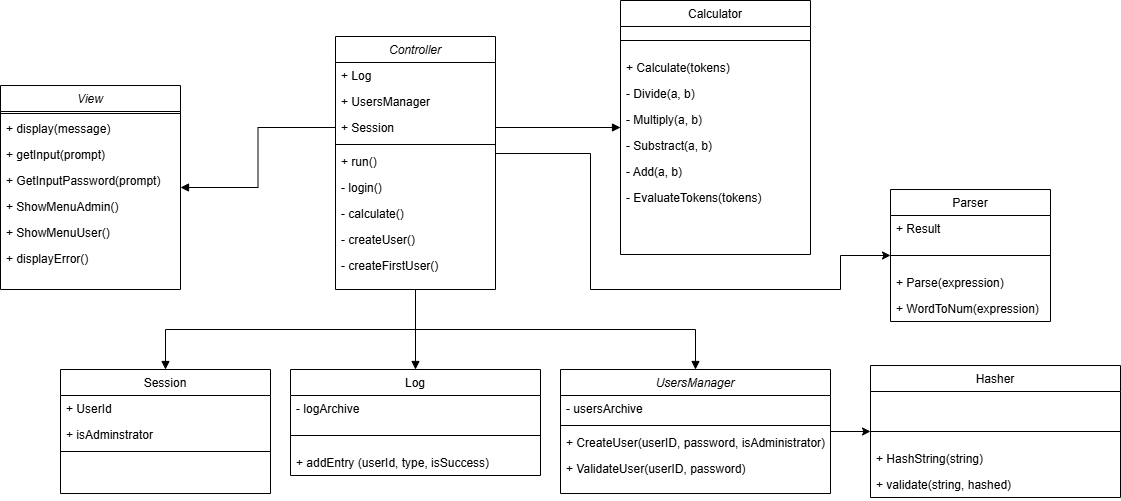
Above: doc/calculadoraTextSecClases.png in TonnyOrtiz/CalculadoraTextoSeguridad (draw.io), before the change. Source tidied: cells renumbered, new cells last; positions are measured from the earlier drawing's top-left corner, leaving out a move shared by most shapes.
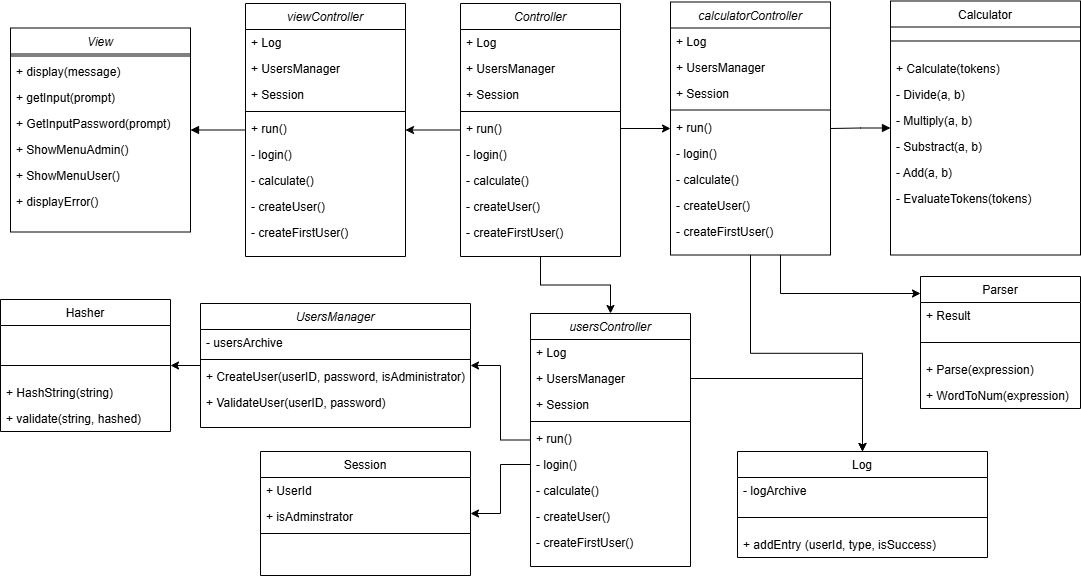
After the commit.

Change to the diagram source:
```diff
@@ -2,22 +2,18 @@
   <root>
     <mxCell id="0" />
     <mxCell id="1" parent="0" />
-    <mxCell id="2" style="edgeStyle=orthogonalEdgeStyle;rounded=0;jettySize=auto;html=1;entryX=0;entryY=0.5;entryDx=0;entryDy=0;" parent="1" edge="1" target="22">
+    <mxCell id="2" style="edgeStyle=orthogonalEdgeStyle;rounded=0;jettySize=auto;html=1;" parent="1" edge="1" source="60" target="22">
       <mxGeometry relative="1" as="geometry">
-        <mxPoint x="495" y="153" as="sourcePoint" />
         <Array as="points">
-          <mxPoint x="590" y="153" />
-          <mxPoint x="590" y="289" />
-          <mxPoint x="840" y="289" />
-          <mxPoint x="840" y="255" />
+          <mxPoint x="650" y="289" />
         </Array>
       </mxGeometry>
     </mxCell>
-    <mxCell id="3" style="edgeStyle=orthogonalEdgeStyle;rounded=0;jettySize=auto;html=1;entryX=1;entryY=0.5;entryDx=0;entryDy=0;startArrow=block;startFill=1;endArrow=none;" parent="1" edge="1" source="4" target="30">
+    <mxCell id="3" style="edgeStyle=orthogonalEdgeStyle;rounded=0;jettySize=auto;html=1;startArrow=block;startFill=1;endArrow=none;" parent="1" edge="1" source="4" target="60">
       <mxGeometry relative="1" as="geometry" />
     </mxCell>
     <mxCell id="4" value="Calculator" style="swimlane;fontStyle=0;align=center;verticalAlign=top;horizontal=1;startSize=26;rounded=0;shadow=0;strokeWidth=1;" parent="1" vertex="1">
-      <mxGeometry x="620" width="190" height="254" as="geometry" />
+      <mxGeometry x="760" y="-3.5" width="190" height="254" as="geometry" />
     </mxCell>
     <mxCell id="5" style="line;html=1;strokeWidth=1;align=left;verticalAlign=middle;spacingTop=-1;spacingLeft=3;spacingRight=3;labelPosition=right;" parent="4" vertex="1">
       <mxGeometry y="26" width="190" height="28" as="geometry" />
@@ -40,16 +36,8 @@
     <mxCell id="11" value="- EvaluateTokens(tokens)&#10;" style="text;align=left;verticalAlign=top;spacingLeft=4;spacingRight=4;overflow=hidden;" parent="4" vertex="1">
       <mxGeometry y="184" width="190" height="26" as="geometry" />
     </mxCell>
-    <mxCell id="12" style="edgeStyle=orthogonalEdgeStyle;rounded=0;jettySize=auto;html=1;entryX=0.5;entryY=1;entryDx=0;entryDy=0;startArrow=block;startFill=1;endArrow=none;" parent="1" edge="1" source="13" target="27">
-      <mxGeometry relative="1" as="geometry">
-        <Array as="points">
-          <mxPoint x="165" y="329" />
-          <mxPoint x="415" y="329" />
-        </Array>
-      </mxGeometry>
-    </mxCell>
     <mxCell id="13" value="Session" style="swimlane;fontStyle=0;align=center;verticalAlign=top;horizontal=1;startSize=26;rounded=0;shadow=0;strokeWidth=1;" parent="1" vertex="1">
-      <mxGeometry x="60" y="369" width="210" height="124" as="geometry" />
+      <mxGeometry x="130" y="447" width="210" height="124" as="geometry" />
     </mxCell>
     <mxCell id="14" value="+ UserId" style="text;align=left;verticalAlign=top;spacingLeft=4;spacingRight=4;overflow=hidden;rounded=0;shadow=0;html=0;" parent="13" vertex="1">
       <mxGeometry y="26" width="210" height="26" as="geometry" />
@@ -60,11 +48,8 @@
     <mxCell id="16" style="line;html=1;strokeWidth=1;align=left;verticalAlign=middle;spacingTop=-1;spacingLeft=3;spacingRight=3;labelPosition=right;" parent="13" vertex="1">
       <mxGeometry y="78" width="210" height="8" as="geometry" />
     </mxCell>
-    <mxCell id="17" style="edgeStyle=orthogonalEdgeStyle;rounded=0;jettySize=auto;html=1;entryX=0.5;entryY=1;entryDx=0;entryDy=0;startArrow=block;startFill=1;endArrow=none;" parent="1" edge="1" source="18" target="27">
-      <mxGeometry relative="1" as="geometry" />
-    </mxCell>
     <mxCell id="18" value="Log" style="swimlane;fontStyle=0;align=center;verticalAlign=top;horizontal=1;startSize=26;rounded=0;shadow=0;strokeWidth=1;" parent="1" vertex="1">
-      <mxGeometry x="290" y="369" width="250" height="106" as="geometry" />
+      <mxGeometry x="607" y="447" width="250" height="106" as="geometry" />
     </mxCell>
     <mxCell id="19" value="- logArchive" style="text;align=left;verticalAlign=top;spacingLeft=4;spacingRight=4;overflow=hidden;" parent="18" vertex="1">
       <mxGeometry y="26" width="250" height="26" as="geometry" />
@@ -76,7 +61,7 @@
       <mxGeometry y="80" width="250" height="26" as="geometry" />
     </mxCell>
     <mxCell id="22" value="Parser" style="swimlane;fontStyle=0;align=center;verticalAlign=top;horizontal=1;startSize=26;rounded=0;shadow=0;strokeWidth=1;" parent="1" vertex="1">
-      <mxGeometry x="890" y="189" width="160" height="132" as="geometry" />
+      <mxGeometry x="790" y="272" width="160" height="132" as="geometry" />
     </mxCell>
     <mxCell id="23" value="+ Result" style="text;align=left;verticalAlign=top;spacingLeft=4;spacingRight=4;overflow=hidden;" parent="22" vertex="1">
       <mxGeometry y="26" width="160" height="26" as="geometry" />
@@ -90,8 +75,14 @@
     <mxCell id="26" value="+ WordToNum(expression)&#10;&#10;" style="text;align=left;verticalAlign=top;spacingLeft=4;spacingRight=4;overflow=hidden;" parent="22" vertex="1">
       <mxGeometry y="106" width="160" height="26" as="geometry" />
     </mxCell>
+    <mxCell id="58" style="edgeStyle=orthogonalEdgeStyle;rounded=0;jettySize=auto;html=1;" parent="1" edge="1" source="27" target="71">
+      <mxGeometry relative="1" as="geometry" />
+    </mxCell>
+    <mxCell id="59" style="edgeStyle=orthogonalEdgeStyle;rounded=0;jettySize=auto;html=1;" parent="1" edge="1" source="27" target="82">
+      <mxGeometry relative="1" as="geometry" />
+    </mxCell>
     <mxCell id="27" value="Controller" style="swimlane;fontStyle=2;align=center;verticalAlign=top;horizontal=1;startSize=26;rounded=0;shadow=0;strokeWidth=1;" parent="1" vertex="1">
-      <mxGeometry x="335" y="36" width="160" height="253" as="geometry" />
+      <mxGeometry x="330" y="-1" width="160" height="253" as="geometry" />
     </mxCell>
     <mxCell id="28" value="+ Log " style="text;align=left;verticalAlign=top;spacingLeft=4;spacingRight=4;overflow=hidden;" parent="27" vertex="1">
       <mxGeometry y="26" width="160" height="26" as="geometry" />
@@ -120,19 +111,11 @@
     <mxCell id="36" value="- createFirstUser()" style="text;align=left;verticalAlign=top;spacingLeft=4;spacingRight=4;overflow=hidden;rounded=0;shadow=0;html=0;" parent="27" vertex="1">
       <mxGeometry y="216" width="160" height="26" as="geometry" />
     </mxCell>
-    <mxCell id="37" style="edgeStyle=orthogonalEdgeStyle;rounded=0;jettySize=auto;html=1;entryX=0.5;entryY=1;entryDx=0;entryDy=0;startArrow=block;startFill=1;endArrow=none;" parent="1" edge="1" source="39" target="27">
-      <mxGeometry relative="1" as="geometry">
-        <Array as="points">
-          <mxPoint x="695" y="329" />
-          <mxPoint x="415" y="329" />
-        </Array>
-      </mxGeometry>
-    </mxCell>
     <mxCell id="38" style="edgeStyle=orthogonalEdgeStyle;rounded=0;jettySize=auto;html=1;" parent="1" edge="1" source="39" target="53">
       <mxGeometry relative="1" as="geometry" />
     </mxCell>
     <mxCell id="39" value="UsersManager" style="swimlane;fontStyle=2;align=center;verticalAlign=top;horizontal=1;startSize=26;rounded=0;shadow=0;strokeWidth=1;" parent="1" vertex="1">
-      <mxGeometry x="560" y="369" width="270" height="124" as="geometry" />
+      <mxGeometry x="70" y="299" width="270" height="124" as="geometry" />
     </mxCell>
     <mxCell id="40" value="- usersArchive" style="text;align=left;verticalAlign=top;spacingLeft=4;spacingRight=4;overflow=hidden;" parent="39" vertex="1">
       <mxGeometry y="26" width="270" height="26" as="geometry" />
@@ -146,11 +129,11 @@
     <mxCell id="43" value="+ ValidateUser(userID, password)" style="text;align=left;verticalAlign=top;spacingLeft=4;spacingRight=4;overflow=hidden;" parent="39" vertex="1">
       <mxGeometry y="86" width="270" height="26" as="geometry" />
     </mxCell>
-    <mxCell id="44" style="edgeStyle=orthogonalEdgeStyle;rounded=0;jettySize=auto;html=1;entryX=0;entryY=0.5;entryDx=0;entryDy=0;endArrow=none;startFill=1;startArrow=block;" parent="1" edge="1" source="45" target="30">
+    <mxCell id="44" style="edgeStyle=orthogonalEdgeStyle;rounded=0;jettySize=auto;html=1;endArrow=none;startFill=1;startArrow=block;" parent="1" edge="1" source="45" target="71">
       <mxGeometry relative="1" as="geometry" />
     </mxCell>
     <mxCell id="45" value="View" style="swimlane;fontStyle=2;align=center;verticalAlign=top;horizontal=1;startSize=26;rounded=0;shadow=0;strokeWidth=1;" parent="1" vertex="1">
-      <mxGeometry y="85" width="180" height="204" as="geometry" />
+      <mxGeometry x="-120" y="23.5" width="180" height="204" as="geometry" />
     </mxCell>
     <mxCell id="46" style="line;html=1;strokeWidth=1;align=left;verticalAlign=middle;spacingTop=-1;spacingLeft=3;spacingRight=3;labelPosition=right;" parent="45" vertex="1">
       <mxGeometry y="26" width="180" height="4" as="geometry" />
@@ -174,19 +157,124 @@
       <mxGeometry y="160" width="180" height="26" as="geometry" />
     </mxCell>
     <mxCell id="53" value="Hasher" style="swimlane;fontStyle=0;align=center;verticalAlign=top;horizontal=1;startSize=26;rounded=0;shadow=0;strokeWidth=1;" parent="1" vertex="1">
-      <mxGeometry x="870" y="365" width="250" height="132" as="geometry" />
+      <mxGeometry x="-130" y="295" width="170" height="132" as="geometry" />
     </mxCell>
     <mxCell id="54" value="&#10;" style="text;align=left;verticalAlign=top;spacingLeft=4;spacingRight=4;overflow=hidden;" parent="53" vertex="1">
-      <mxGeometry y="26" width="250" height="26" as="geometry" />
+      <mxGeometry y="26" width="170" height="26" as="geometry" />
     </mxCell>
     <mxCell id="55" style="line;html=1;strokeWidth=1;align=left;verticalAlign=middle;spacingTop=-1;spacingLeft=3;spacingRight=3;labelPosition=right;" parent="53" vertex="1">
-      <mxGeometry y="52" width="250" height="28" as="geometry" />
+      <mxGeometry y="52" width="170" height="28" as="geometry" />
     </mxCell>
     <mxCell id="56" value="+ HashString(string)&#10;&#10;" style="text;align=left;verticalAlign=top;spacingLeft=4;spacingRight=4;overflow=hidden;" parent="53" vertex="1">
-      <mxGeometry y="80" width="250" height="26" as="geometry" />
+      <mxGeometry y="80" width="170" height="26" as="geometry" />
     </mxCell>
     <mxCell id="57" value="+ validate(string, hashed)" style="text;align=left;verticalAlign=top;spacingLeft=4;spacingRight=4;overflow=hidden;" parent="53" vertex="1">
-      <mxGeometry y="106" width="250" height="26" as="geometry" />
+      <mxGeometry y="106" width="170" height="26" as="geometry" />
     </mxCell>
+    <mxCell id="60" value="calculatorController" style="swimlane;fontStyle=2;align=center;verticalAlign=top;horizontal=1;startSize=26;rounded=0;shadow=0;strokeWidth=1;" parent="1" vertex="1">
+      <mxGeometry x="540" y="-2.5" width="160" height="253" as="geometry" />
+    </mxCell>
+    <mxCell id="61" value="+ Log " style="text;align=left;verticalAlign=top;spacingLeft=4;spacingRight=4;overflow=hidden;" parent="60" vertex="1">
+      <mxGeometry y="26" width="160" height="26" as="geometry" />
+    </mxCell>
+    <mxCell id="62" value="+ UsersManager" style="text;align=left;verticalAlign=top;spacingLeft=4;spacingRight=4;overflow=hidden;rounded=0;shadow=0;html=0;" parent="60" vertex="1">
+      <mxGeometry y="52" width="160" height="26" as="geometry" />
+    </mxCell>
+    <mxCell id="63" value="+ Session" style="text;align=left;verticalAlign=top;spacingLeft=4;spacingRight=4;overflow=hidden;rounded=0;shadow=0;html=0;" parent="60" vertex="1">
+      <mxGeometry y="78" width="160" height="26" as="geometry" />
+    </mxCell>
+    <mxCell id="64" style="line;html=1;strokeWidth=1;align=left;verticalAlign=middle;spacingTop=-1;spacingLeft=3;spacingRight=3;labelPosition=right;" parent="60" vertex="1">
+      <mxGeometry y="104" width="160" height="8" as="geometry" />
+    </mxCell>
+    <mxCell id="65" value="+ run()" style="text;align=left;verticalAlign=top;spacingLeft=4;spacingRight=4;overflow=hidden;rounded=0;shadow=0;html=0;" parent="60" vertex="1">
+      <mxGeometry y="112" width="160" height="26" as="geometry" />
+    </mxCell>
+    <mxCell id="66" value="- login()" style="text;align=left;verticalAlign=top;spacingLeft=4;spacingRight=4;overflow=hidden;rounded=0;shadow=0;html=0;" parent="60" vertex="1">
+      <mxGeometry y="138" width="160" height="26" as="geometry" />
+    </mxCell>
+    <mxCell id="67" value="- calculate()" style="text;align=left;verticalAlign=top;spacingLeft=4;spacingRight=4;overflow=hidden;rounded=0;shadow=0;html=0;" parent="60" vertex="1">
+      <mxGeometry y="164" width="160" height="26" as="geometry" />
+    </mxCell>
+    <mxCell id="68" value="- createUser()" style="text;align=left;verticalAlign=top;spacingLeft=4;spacingRight=4;overflow=hidden;rounded=0;shadow=0;html=0;" parent="60" vertex="1">
+      <mxGeometry y="190" width="160" height="26" as="geometry" />
+    </mxCell>
+    <mxCell id="69" value="- createFirstUser()" style="text;align=left;verticalAlign=top;spacingLeft=4;spacingRight=4;overflow=hidden;rounded=0;shadow=0;html=0;" parent="60" vertex="1">
+      <mxGeometry y="216" width="160" height="26" as="geometry" />
+    </mxCell>
+    <mxCell id="70" style="edgeStyle=orthogonalEdgeStyle;rounded=0;jettySize=auto;html=1;" parent="1" edge="1" source="32" target="60">
+      <mxGeometry relative="1" as="geometry" />
+    </mxCell>
+    <mxCell id="71" value="viewController" style="swimlane;fontStyle=2;align=center;verticalAlign=top;horizontal=1;startSize=26;rounded=0;shadow=0;strokeWidth=1;" parent="1" vertex="1">
+      <mxGeometry x="115" y="-1" width="160" height="253" as="geometry" />
+    </mxCell>
+    <mxCell id="72" value="+ Log " style="text;align=left;verticalAlign=top;spacingLeft=4;spacingRight=4;overflow=hidden;" parent="71" vertex="1">
+      <mxGeometry y="26" width="160" height="26" as="geometry" />
+    </mxCell>
+    <mxCell id="73" value="+ UsersManager" style="text;align=left;verticalAlign=top;spacingLeft=4;spacingRight=4;overflow=hidden;rounded=0;shadow=0;html=0;" parent="71" vertex="1">
+      <mxGeometry y="52" width="160" height="26" as="geometry" />
+    </mxCell>
+    <mxCell id="74" value="+ Session" style="text;align=left;verticalAlign=top;spacingLeft=4;spacingRight=4;overflow=hidden;rounded=0;shadow=0;html=0;" parent="71" vertex="1">
+      <mxGeometry y="78" width="160" height="26" as="geometry" />
+    </mxCell>
+    <mxCell id="75" style="line;html=1;strokeWidth=1;align=left;verticalAlign=middle;spacingTop=-1;spacingLeft=3;spacingRight=3;labelPosition=right;" parent="71" vertex="1">
+      <mxGeometry y="104" width="160" height="8" as="geometry" />
+    </mxCell>
+    <mxCell id="76" value="+ run()" style="text;align=left;verticalAlign=top;spacingLeft=4;spacingRight=4;overflow=hidden;rounded=0;shadow=0;html=0;" parent="71" vertex="1">
+      <mxGeometry y="112" width="160" height="26" as="geometry" />
+    </mxCell>
+    <mxCell id="77" value="- login()" style="text;align=left;verticalAlign=top;spacingLeft=4;spacingRight=4;overflow=hidden;rounded=0;shadow=0;html=0;" parent="71" vertex="1">
+      <mxGeometry y="138" width="160" height="26" as="geometry" />
+    </mxCell>
+    <mxCell id="78" value="- calculate()" style="text;align=left;verticalAlign=top;spacingLeft=4;spacingRight=4;overflow=hidden;rounded=0;shadow=0;html=0;" parent="71" vertex="1">
+      <mxGeometry y="164" width="160" height="26" as="geometry" />
+    </mxCell>
+    <mxCell id="79" value="- createUser()" style="text;align=left;verticalAlign=top;spacingLeft=4;spacingRight=4;overflow=hidden;rounded=0;shadow=0;html=0;" parent="71" vertex="1">
+      <mxGeometry y="190" width="160" height="26" as="geometry" />
+    </mxCell>
+    <mxCell id="80" value="- createFirstUser()" style="text;align=left;verticalAlign=top;spacingLeft=4;spacingRight=4;overflow=hidden;rounded=0;shadow=0;html=0;" parent="71" vertex="1">
+      <mxGeometry y="216" width="160" height="26" as="geometry" />
+    </mxCell>
+    <mxCell id="81" style="edgeStyle=orthogonalEdgeStyle;rounded=0;jettySize=auto;html=1;" parent="1" edge="1" source="82" target="39">
+      <mxGeometry relative="1" as="geometry" />
+    </mxCell>
+    <mxCell id="82" value="usersController" style="swimlane;fontStyle=2;align=center;verticalAlign=top;horizontal=1;startSize=26;rounded=0;shadow=0;strokeWidth=1;" parent="1" vertex="1">
+      <mxGeometry x="400" y="309" width="160" height="253" as="geometry" />
+    </mxCell>
+    <mxCell id="83" value="+ Log " style="text;align=left;verticalAlign=top;spacingLeft=4;spacingRight=4;overflow=hidden;" parent="82" vertex="1">
+      <mxGeometry y="26" width="160" height="26" as="geometry" />
+    </mxCell>
+    <mxCell id="84" value="+ UsersManager" style="text;align=left;verticalAlign=top;spacingLeft=4;spacingRight=4;overflow=hidden;points=[[0,0.5],[1,0.5]];portConstraint=eastwest;rounded=0;shadow=0;html=0;" parent="82" vertex="1">
+      <mxGeometry y="52" width="160" height="26" as="geometry" />
+    </mxCell>
+    <mxCell id="85" value="+ Session" style="text;align=left;verticalAlign=top;spacingLeft=4;spacingRight=4;overflow=hidden;rounded=0;shadow=0;html=0;" parent="82" vertex="1">
+      <mxGeometry y="78" width="160" height="26" as="geometry" />
+    </mxCell>
+    <mxCell id="86" style="line;html=1;strokeWidth=1;align=left;verticalAlign=middle;spacingTop=-1;spacingLeft=3;spacingRight=3;labelPosition=right;" parent="82" vertex="1">
+      <mxGeometry y="104" width="160" height="8" as="geometry" />
+    </mxCell>
+    <mxCell id="87" value="+ run()" style="text;align=left;verticalAlign=top;spacingLeft=4;spacingRight=4;overflow=hidden;rounded=0;shadow=0;html=0;" parent="82" vertex="1">
+      <mxGeometry y="112" width="160" height="26" as="geometry" />
+    </mxCell>
+    <mxCell id="88" value="- login()" style="text;align=left;verticalAlign=top;spacingLeft=4;spacingRight=4;overflow=hidden;points=[[0,0.5],[1,0.5]];portConstraint=eastwest;rounded=0;shadow=0;html=0;" parent="82" vertex="1">
+      <mxGeometry y="138" width="160" height="26" as="geometry" />
+    </mxCell>
+    <mxCell id="89" value="- calculate()" style="text;align=left;verticalAlign=top;spacingLeft=4;spacingRight=4;overflow=hidden;rounded=0;shadow=0;html=0;" parent="82" vertex="1">
+      <mxGeometry y="164" width="160" height="26" as="geometry" />
+    </mxCell>
+    <mxCell id="90" value="- createUser()" style="text;align=left;verticalAlign=top;spacingLeft=4;spacingRight=4;overflow=hidden;rounded=0;shadow=0;html=0;" parent="82" vertex="1">
+      <mxGeometry y="190" width="160" height="26" as="geometry" />
+    </mxCell>
+    <mxCell id="91" value="- createFirstUser()" style="text;align=left;verticalAlign=top;spacingLeft=4;spacingRight=4;overflow=hidden;rounded=0;shadow=0;html=0;" parent="82" vertex="1">
+      <mxGeometry y="216" width="160" height="26" as="geometry" />
+    </mxCell>
+    <mxCell id="92" style="edgeStyle=orthogonalEdgeStyle;rounded=0;jettySize=auto;html=1;" parent="1" edge="1" source="88" target="13">
+      <mxGeometry relative="1" as="geometry" />
+    </mxCell>
+    <mxCell id="93" style="edgeStyle=orthogonalEdgeStyle;rounded=0;jettySize=auto;html=1;" parent="1" edge="1" source="84" target="18">
+      <mxGeometry relative="1" as="geometry" />
+    </mxCell>
+    <mxCell id="94" style="edgeStyle=orthogonalEdgeStyle;rounded=0;jettySize=auto;html=1;" parent="1" edge="1" source="60" target="18">
+      <mxGeometry relative="1" as="geometry" />
+    </mxCell>
   </root>
 </mxGraphModel>
```
